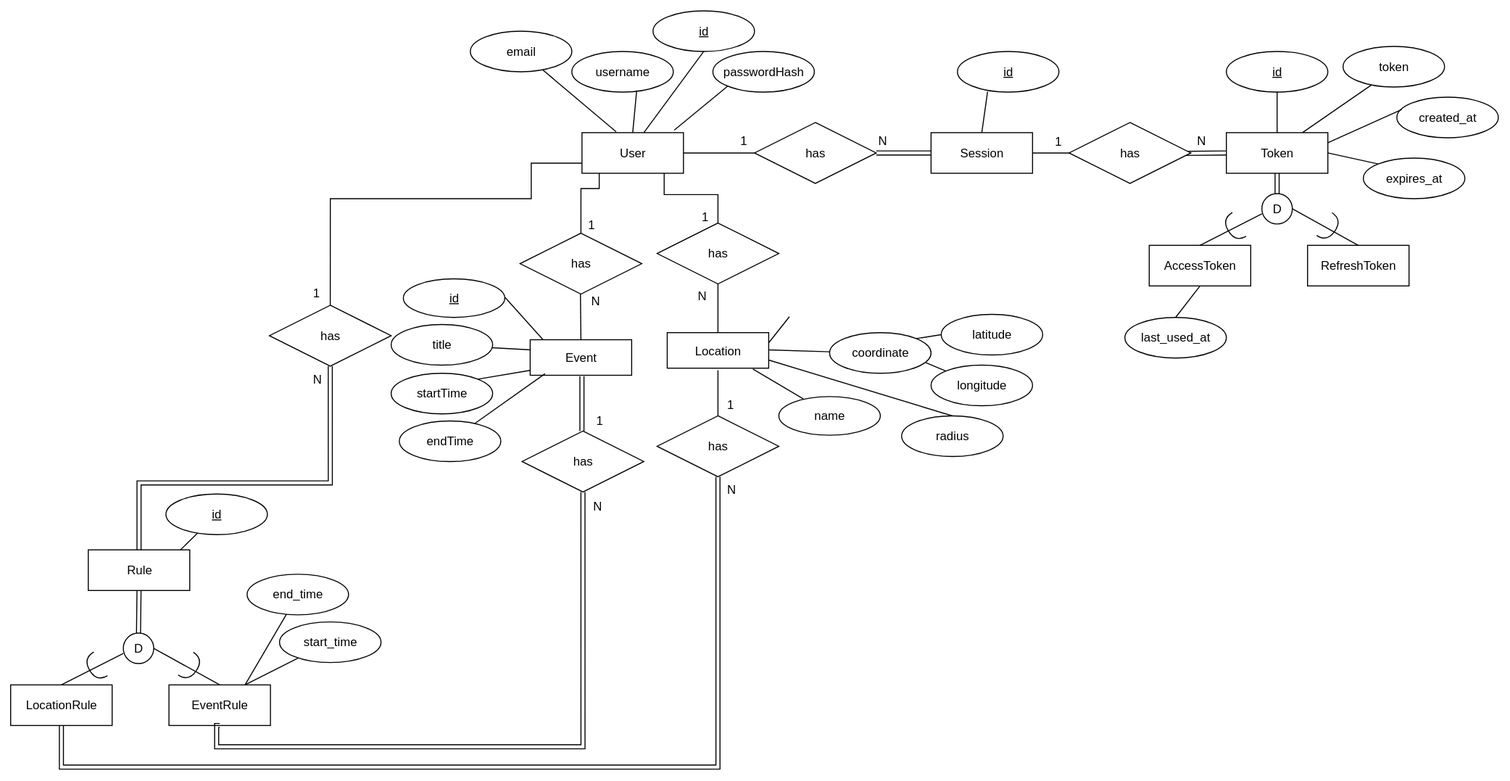
GoncaloRibeiro6533/TASA keeps this draw.io diagram as docs/er.drawio.svg. Above is the earlier version. Source tidied: cells renumbered, new cells last; positions are measured from the earlier drawing's top-left corner, leaving out a move shared by most shapes.
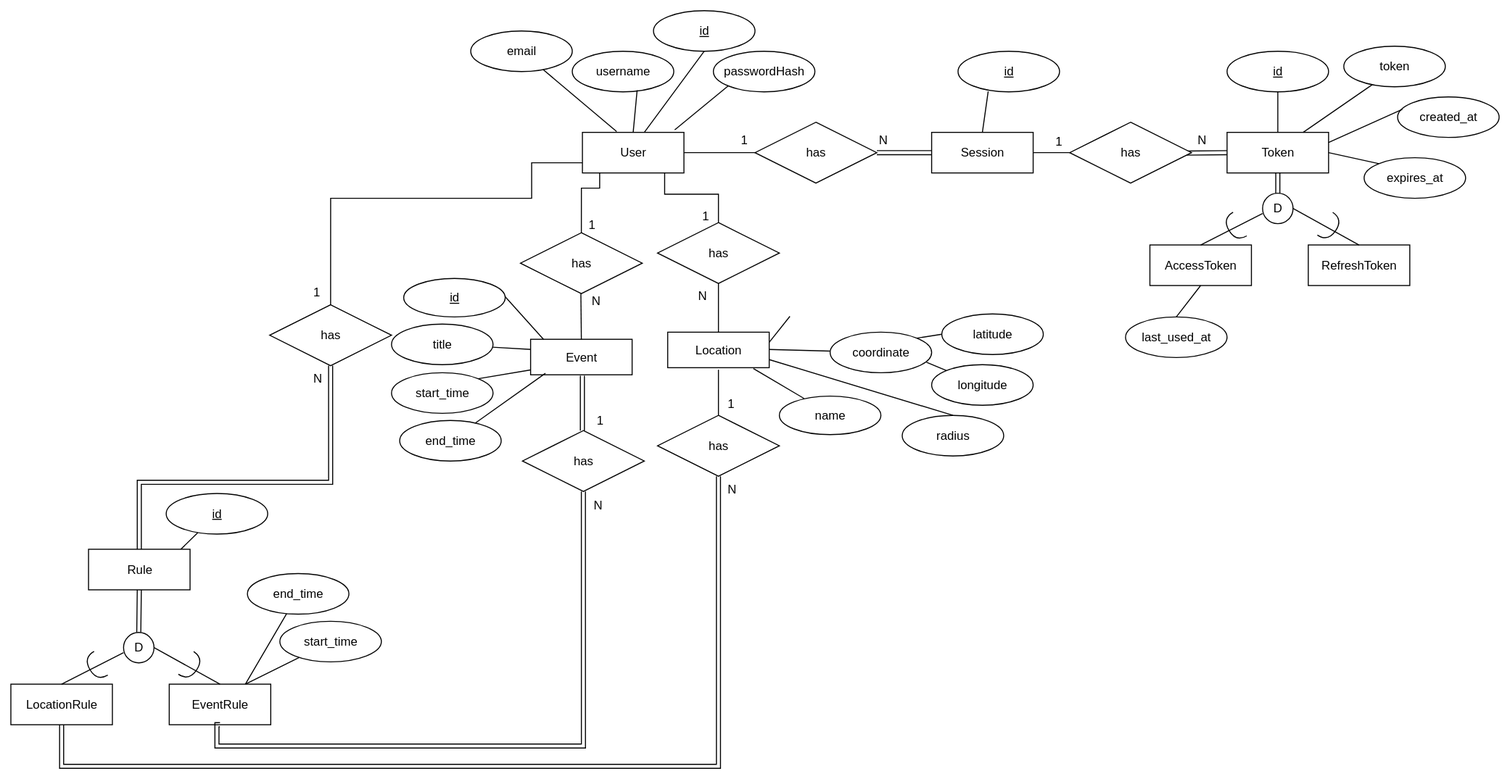
After the commit.

Change to the diagram source:
```diff
@@ -358,10 +358,10 @@
     <mxCell id="97" value="has" style="shape=rhombus;perimeter=rhombusPerimeter;whiteSpace=wrap;html=1;align=center;labelBackgroundColor=none;" parent="1" vertex="1">
       <mxGeometry x="502" y="219" width="120" height="60" as="geometry" />
     </mxCell>
-    <mxCell id="98" value="startTime" style="ellipse;whiteSpace=wrap;html=1;align=center;labelBackgroundColor=none;" parent="1" vertex="1">
+    <mxCell id="98" value="start_time" style="ellipse;whiteSpace=wrap;html=1;align=center;labelBackgroundColor=none;" parent="1" vertex="1">
       <mxGeometry x="375" y="357" width="100" height="40" as="geometry" />
     </mxCell>
-    <mxCell id="99" value="endTime" style="ellipse;whiteSpace=wrap;html=1;align=center;labelBackgroundColor=none;" parent="1" vertex="1">
+    <mxCell id="99" value="end_time" style="ellipse;whiteSpace=wrap;html=1;align=center;labelBackgroundColor=none;" parent="1" vertex="1">
       <mxGeometry x="383" y="404" width="100" height="40" as="geometry" />
     </mxCell>
     <mxCell id="100" style="endArrow=none;html=1;rounded=0;exitX=0.146;exitY=0.958;exitDx=0;exitDy=0;labelBackgroundColor=none;fontColor=default;exitPerimeter=0;" parent="1" edge="1" source="95" target="99">
```
